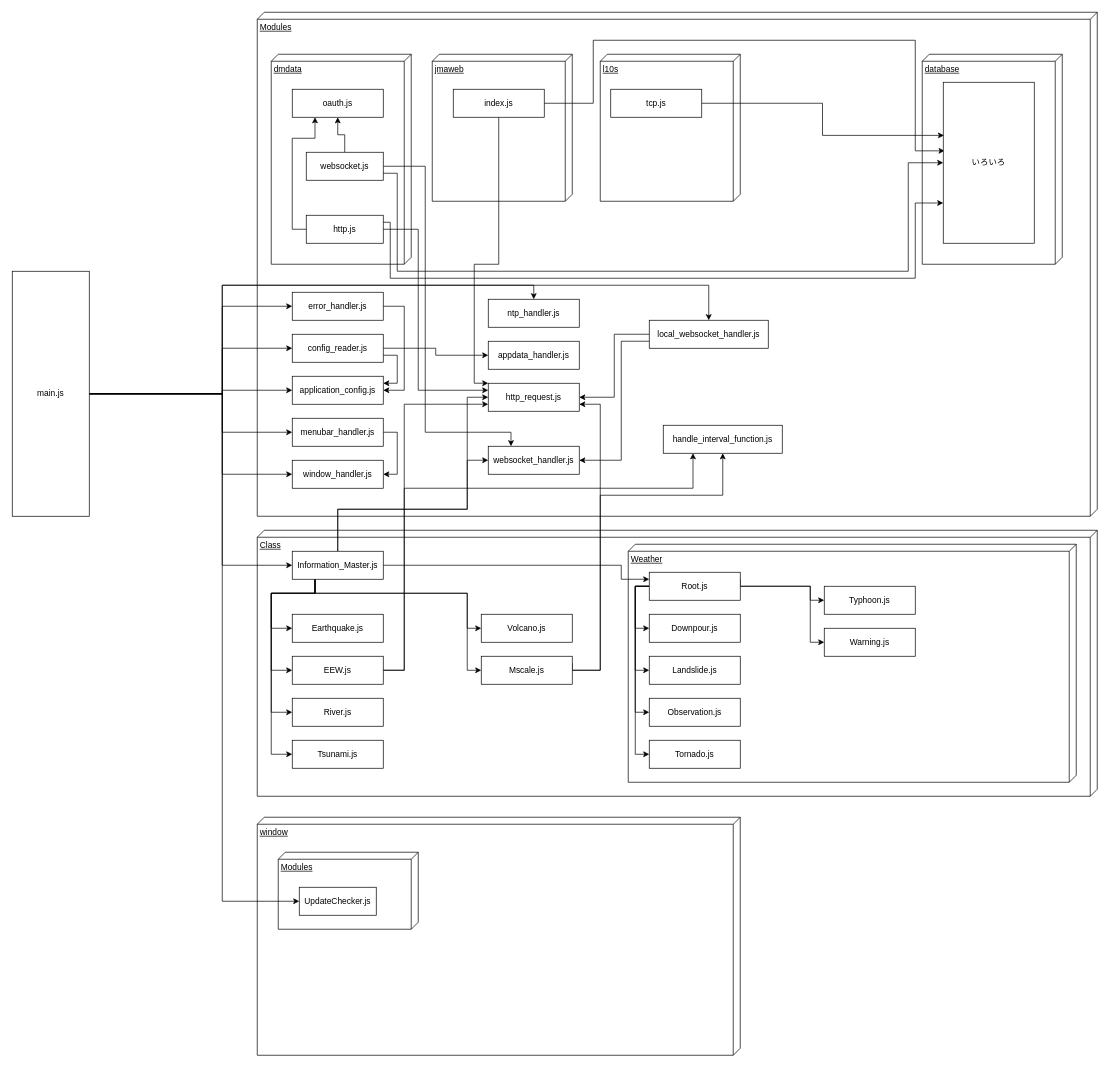
Before: 依存関係.drawio in md-ndv356/ndv-ticker-app, a draw.io diagram. Source tidied: cells renumbered, new cells numbered last; positions are measured from the earlier drawing's top-left corner, leaving out a move shared by most shapes. Both pictures are drawn from the tidied source at 70%, with x=0, y=0 at pixel (12, 12).
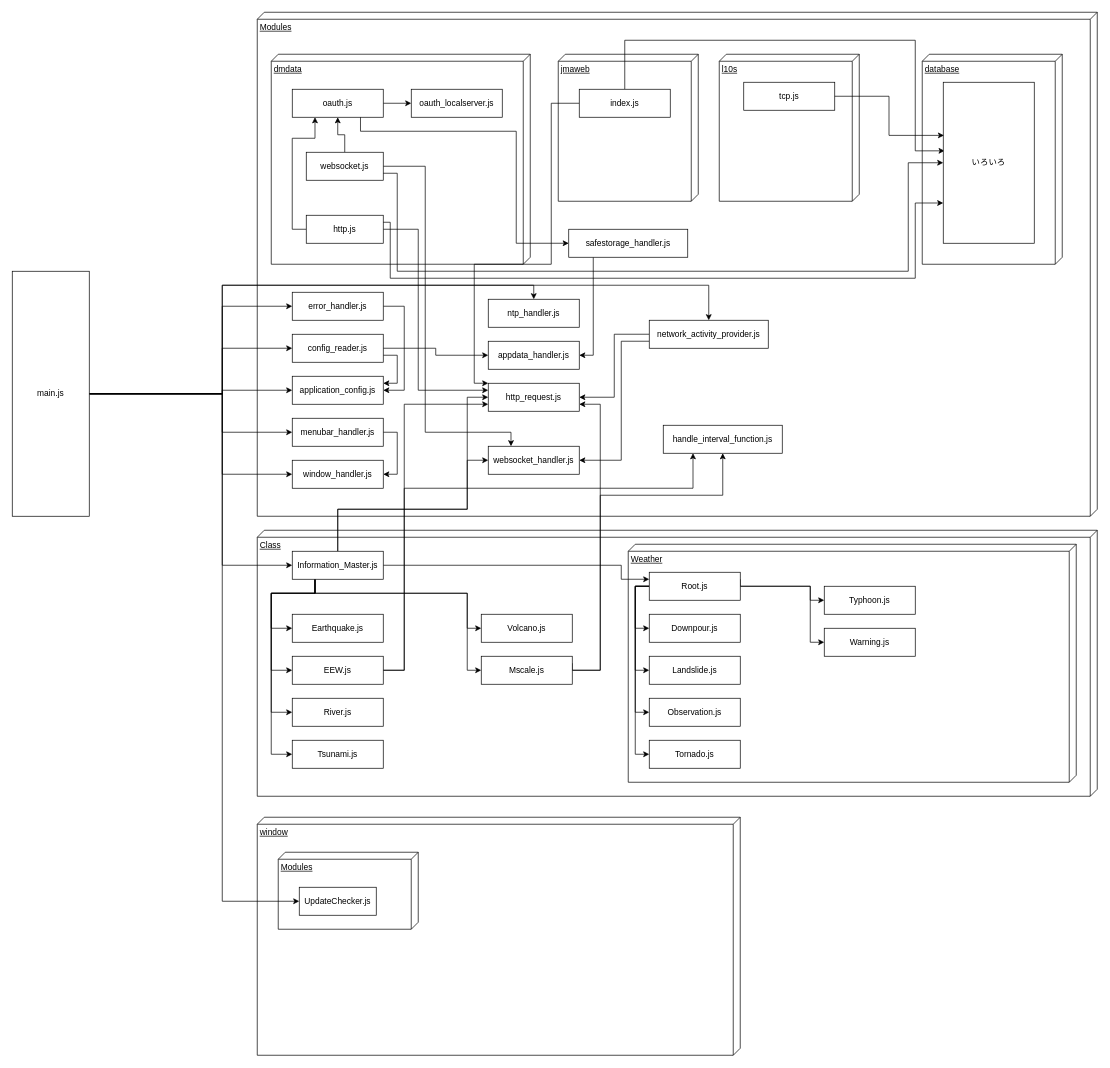
Above is the later version.

Commit message:
local_websocket_handler → network_activity_handler]

Unchanged cells that the change refers to:
```xml
<mxCell id="38" value="appdata_handler.js" style="html=1;whiteSpace=wrap;" parent="1" vertex="1">
  <mxGeometry x="680" y="470" width="130" height="40" as="geometry" />
</mxCell>
<mxCell id="40" value="http_request.js" style="html=1;whiteSpace=wrap;" parent="1" vertex="1">
  <mxGeometry x="680" y="530" width="130" height="40" as="geometry" />
</mxCell>
<mxCell id="69" value="oauth.js" style="html=1;whiteSpace=wrap;" parent="1" vertex="1">
  <mxGeometry x="400" y="110" width="130" height="40" as="geometry" />
</mxCell>
<mxCell id="83" value="いろいろ" style="html=1;whiteSpace=wrap;" parent="1" vertex="1">
  <mxGeometry x="1330" y="100" width="130" height="230" as="geometry" />
</mxCell>
```

What changed in the source:
```diff
@@
-    <mxCell id="50" value="local_websocket_handler.js" style="html=1;whiteSpace=wrap;" parent="1" vertex="1">
+    <mxCell id="50" value="network_activity_provider.js" style="html=1;whiteSpace=wrap;" parent="1" vertex="1">
       <mxGeometry x="910" y="440" width="170" height="40" as="geometry" />
     </mxCell>
@@
     <mxCell id="68" value="dmdata" style="verticalAlign=top;align=left;spacingTop=8;spacingLeft=2;spacingRight=12;shape=cube;size=10;direction=south;fontStyle=4;html=1;whiteSpace=wrap;fontColor=light-dark(#000000,#9AC7BF);strokeColor=light-dark(#000000,#9AC7BF);" parent="1" vertex="1">
-      <mxGeometry x="370" y="60" width="200" height="300" as="geometry" />
+      <mxGeometry x="370" y="60" width="370" height="300" as="geometry" />
     </mxCell>
+    <mxCell id="87" style="edgeStyle=orthogonalEdgeStyle;rounded=0;jettySize=auto;html=1;" parent="1" edge="1" source="69" target="89">
+      <mxGeometry relative="1" as="geometry" />
+    </mxCell>
@@
     <mxCell id="76" value="jmaweb" style="verticalAlign=top;align=left;spacingTop=8;spacingLeft=2;spacingRight=12;shape=cube;size=10;direction=south;fontStyle=4;html=1;whiteSpace=wrap;fontColor=light-dark(#000000,#9AC7BF);strokeColor=light-dark(#000000,#9AC7BF);" parent="1" vertex="1">
-      <mxGeometry x="600" y="60" width="200" height="210" as="geometry" />
+      <mxGeometry x="780" y="60" width="200" height="210" as="geometry" />
     </mxCell>
@@
     <mxCell id="78" value="l10s" style="verticalAlign=top;align=left;spacingTop=8;spacingLeft=2;spacingRight=12;shape=cube;size=10;direction=south;fontStyle=4;html=1;whiteSpace=wrap;fontColor=light-dark(#000000,#9AC7BF);strokeColor=light-dark(#000000,#9AC7BF);" parent="1" vertex="1">
-      <mxGeometry x="840" y="60" width="200" height="210" as="geometry" />
+      <mxGeometry x="1010" y="60" width="200" height="210" as="geometry" />
     </mxCell>
     <mxCell id="79" value="tcp.js" style="html=1;whiteSpace=wrap;" parent="1" vertex="1">
-      <mxGeometry x="855" y="110" width="130" height="40" as="geometry" />
+      <mxGeometry x="1045" y="100" width="130" height="40" as="geometry" />
     </mxCell>
-    <mxCell id="80" style="edgeStyle=orthogonalEdgeStyle;rounded=0;jettySize=auto;html=1;entryX=0.015;entryY=0.426;entryDx=0;entryDy=0;entryPerimeter=0;" parent="1" edge="1" source="82" target="83">
+    <mxCell id="80" style="edgeStyle=orthogonalEdgeStyle;rounded=0;jettySize=auto;html=1;entryX=0.015;entryY=0.426;entryDx=0;entryDy=0;entryPerimeter=0;exitX=0.5;exitY=0;exitDx=0;exitDy=0;" parent="1" edge="1" source="82" target="83">
       <mxGeometry relative="1" as="geometry">
         <Array as="points">
-          <mxPoint x="830" y="130" />
-          <mxPoint x="830" y="40" />
+          <mxPoint x="875" y="40" />
           <mxPoint x="1290" y="40" />
           <mxPoint x="1290" y="198" />
         </Array>
       </mxGeometry>
     </mxCell>
     <mxCell id="81" style="edgeStyle=orthogonalEdgeStyle;rounded=0;jettySize=auto;html=1;entryX=0;entryY=0;entryDx=0;entryDy=0;" parent="1" edge="1" source="82" target="40">
       <mxGeometry relative="1" as="geometry">
         <Array as="points">
-          <mxPoint x="695" y="360" />
+          <mxPoint x="770" y="130" />
+          <mxPoint x="770" y="360" />
           <mxPoint x="660" y="360" />
           <mxPoint x="660" y="530" />
         </Array>
       </mxGeometry>
     </mxCell>
     <mxCell id="82" value="index.js" style="html=1;whiteSpace=wrap;" parent="1" vertex="1">
-      <mxGeometry x="630" y="110" width="130" height="40" as="geometry" />
+      <mxGeometry x="810" y="110" width="130" height="40" as="geometry" />
     </mxCell>
@@
+    <mxCell id="88" style="edgeStyle=orthogonalEdgeStyle;rounded=0;jettySize=auto;html=1;entryX=0;entryY=0.5;entryDx=0;entryDy=0;exitX=0.75;exitY=1;exitDx=0;exitDy=0;" parent="1" edge="1" source="69" target="91">
+      <mxGeometry relative="1" as="geometry">
+        <Array as="points">
+          <mxPoint x="498" y="170" />
+          <mxPoint x="720" y="170" />
+          <mxPoint x="720" y="330" />
+        </Array>
+      </mxGeometry>
+    </mxCell>
+    <mxCell id="89" value="oauth_localserver.js" style="html=1;whiteSpace=wrap;" parent="1" vertex="1">
+      <mxGeometry x="570" y="110" width="130" height="40" as="geometry" />
+    </mxCell>
+    <mxCell id="90" style="edgeStyle=orthogonalEdgeStyle;rounded=0;jettySize=auto;html=1;entryX=1;entryY=0.5;entryDx=0;entryDy=0;" parent="1" edge="1" source="91" target="38">
+      <mxGeometry relative="1" as="geometry">
+        <Array as="points">
+          <mxPoint x="830" y="490" />
+        </Array>
+      </mxGeometry>
+    </mxCell>
+    <mxCell id="91" value="safestorage_handler.js" style="html=1;whiteSpace=wrap;" parent="1" vertex="1">
+      <mxGeometry x="795" y="310" width="170" height="40" as="geometry" />
+    </mxCell>
```
